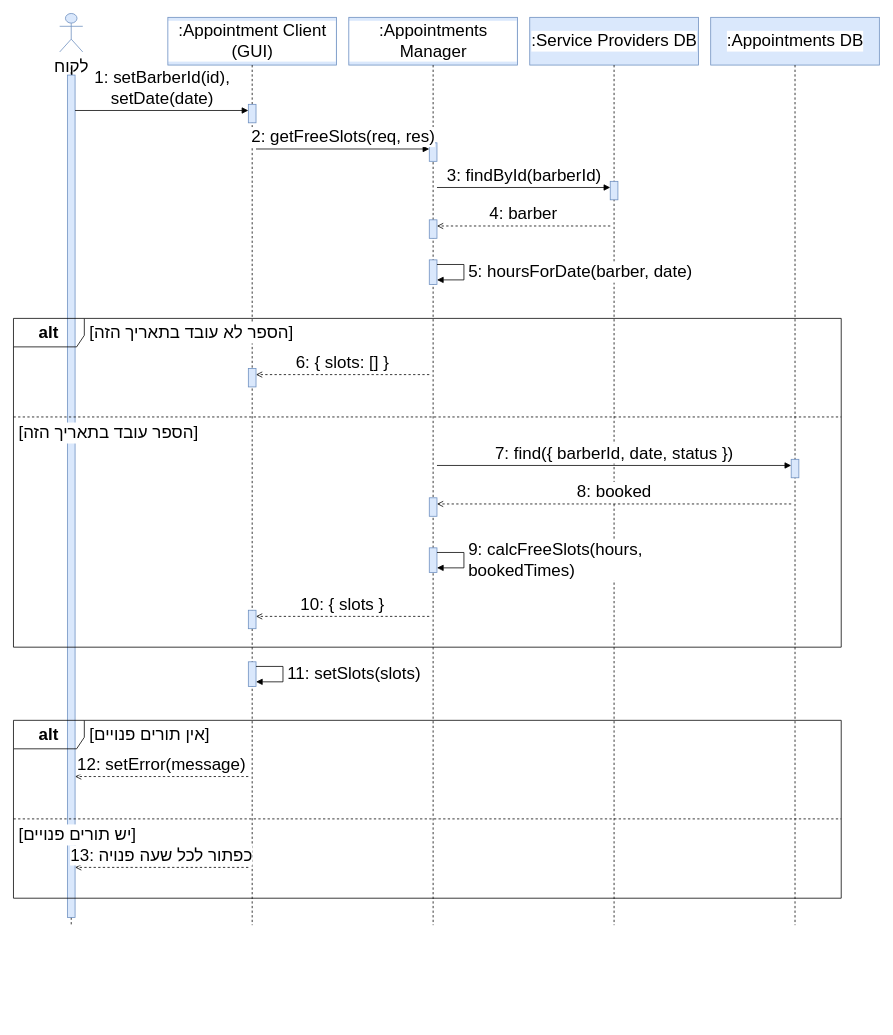
Earlier version of the draw.io diagram diagrams/OBJ-BookAppointment-1.drawio (arielkaplan20/project_Golden_Hair_Salon). Source tidied: cells renumbered, new cells numbered last; positions are measured from the earlier drawing's top-left corner, leaving out a move shared by most shapes. Both pictures are drawn from the tidied source at 77%, with x=0, y=0 at pixel (13, 13).
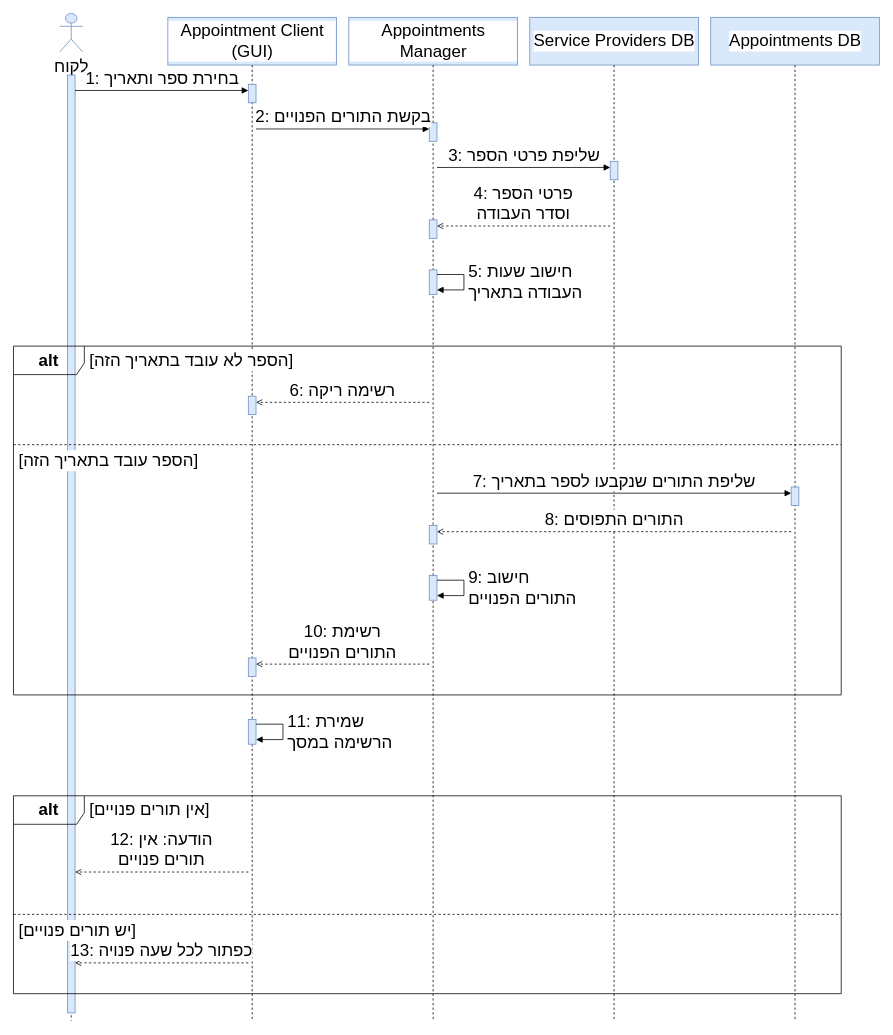
Above is the later version.

What changed in the source:
```diff
@@
-    <mxCell id="3" value=":Appointment Client (GUI)" style="rounded=0;whiteSpace=wrap;html=1;fillColor=#dae8fc;strokeColor=#6c8ebf;fontSize=22;labelBackgroundColor=#ffffff;" parent="1" vertex="1">
+    <mxCell id="3" value="Appointment Client (GUI)" style="rounded=0;whiteSpace=wrap;html=1;fillColor=#dae8fc;strokeColor=#6c8ebf;fontSize=22;labelBackgroundColor=#ffffff;" parent="1" vertex="1">
       <mxGeometry x="200.5" y="5" width="219" height="62" as="geometry" />
     </mxCell>
-    <mxCell id="4" value=":Appointments Manager" style="rounded=0;whiteSpace=wrap;html=1;fillColor=#dae8fc;strokeColor=#6c8ebf;fontSize=22;labelBackgroundColor=#ffffff;" parent="1" vertex="1">
+    <mxCell id="4" value="Appointments Manager" style="rounded=0;whiteSpace=wrap;html=1;fillColor=#dae8fc;strokeColor=#6c8ebf;fontSize=22;labelBackgroundColor=#ffffff;" parent="1" vertex="1">
       <mxGeometry x="435.5" y="5" width="219" height="62" as="geometry" />
     </mxCell>
-    <mxCell id="5" value=":Service Providers DB" style="rounded=0;whiteSpace=wrap;html=1;fillColor=#dae8fc;strokeColor=#6c8ebf;fontSize=22;labelBackgroundColor=#ffffff;" parent="1" vertex="1">
+    <mxCell id="5" value="Service Providers DB" style="rounded=0;whiteSpace=wrap;html=1;fillColor=#dae8fc;strokeColor=#6c8ebf;fontSize=22;labelBackgroundColor=#ffffff;" parent="1" vertex="1">
       <mxGeometry x="670.5" y="5" width="219" height="62" as="geometry" />
     </mxCell>
-    <mxCell id="6" value=":Appointments DB" style="rounded=0;whiteSpace=wrap;html=1;fillColor=#dae8fc;strokeColor=#6c8ebf;fontSize=22;labelBackgroundColor=#ffffff;" parent="1" vertex="1">
+    <mxCell id="6" value="Appointments DB" style="rounded=0;whiteSpace=wrap;html=1;fillColor=#dae8fc;strokeColor=#6c8ebf;fontSize=22;labelBackgroundColor=#ffffff;" parent="1" vertex="1">
       <mxGeometry x="905.5" y="5" width="219" height="62" as="geometry" />
     </mxCell>
     <mxCell id="7" style="endArrow=none;html=1;dashed=1;strokeColor=#000000;" parent="1" edge="1">
       <mxGeometry relative="1" as="geometry">
-        <mxPoint x="75" y="70" as="sourcePoint" />
-        <mxPoint x="75" y="1184" as="targetPoint" />
+        <mxPoint x="75" y="83" as="sourcePoint" />
+        <mxPoint x="75" y="1308" as="targetPoint" />
       </mxGeometry>
     </mxCell>
     <mxCell id="8" style="rounded=0;html=1;fillColor=#dae8fc;strokeColor=#6c8ebf;" parent="1" vertex="1">
-      <mxGeometry x="70" y="80" width="10" height="1094" as="geometry" />
+      <mxGeometry x="70" y="80" width="10" height="1218" as="geometry" />
     </mxCell>
     <mxCell id="9" style="endArrow=none;html=1;dashed=1;strokeColor=#000000;" parent="1" edge="1">
       <mxGeometry relative="1" as="geometry">
         <mxPoint x="310" y="67" as="sourcePoint" />
-        <mxPoint x="310" y="1184" as="targetPoint" />
+        <mxPoint x="310" y="1308" as="targetPoint" />
       </mxGeometry>
     </mxCell>
     <mxCell id="10" style="endArrow=none;html=1;dashed=1;strokeColor=#000000;" parent="1" edge="1">
       <mxGeometry relative="1" as="geometry">
         <mxPoint x="545" y="67" as="sourcePoint" />
-        <mxPoint x="545" y="1184" as="targetPoint" />
+        <mxPoint x="545" y="1308" as="targetPoint" />
       </mxGeometry>
     </mxCell>
     <mxCell id="11" style="endArrow=none;html=1;dashed=1;strokeColor=#000000;" parent="1" edge="1">
       <mxGeometry relative="1" as="geometry">
         <mxPoint x="780" y="67" as="sourcePoint" />
-        <mxPoint x="780" y="1184" as="targetPoint" />
+        <mxPoint x="780" y="1308" as="targetPoint" />
       </mxGeometry>
     </mxCell>
     <mxCell id="12" style="endArrow=none;html=1;dashed=1;strokeColor=#000000;" parent="1" edge="1">
       <mxGeometry relative="1" as="geometry">
         <mxPoint x="1015" y="67" as="sourcePoint" />
-        <mxPoint x="1015" y="1184" as="targetPoint" />
+        <mxPoint x="1015" y="1308" as="targetPoint" />
       </mxGeometry>
     </mxCell>
     <mxCell id="13" style="rounded=0;html=1;fillColor=#dae8fc;strokeColor=#6c8ebf;" parent="1" vertex="1">
-      <mxGeometry x="305" y="118" width="10" height="24" as="geometry" />
+      <mxGeometry x="305" y="92" width="10" height="24" as="geometry" />
     </mxCell>
     <mxCell id="14" style="rounded=0;html=1;fillColor=#dae8fc;strokeColor=#6c8ebf;" parent="1" vertex="1">
-      <mxGeometry x="540" y="168" width="10" height="24" as="geometry" />
+      <mxGeometry x="540" y="142" width="10" height="24" as="geometry" />
     </mxCell>
     <mxCell id="15" style="rounded=0;html=1;fillColor=#dae8fc;strokeColor=#6c8ebf;" parent="1" vertex="1">
-      <mxGeometry x="775" y="218" width="10" height="24" as="geometry" />
+      <mxGeometry x="775" y="192" width="10" height="24" as="geometry" />
     </mxCell>
@@
     <mxCell id="17" style="rounded=0;html=1;fillColor=#dae8fc;strokeColor=#6c8ebf;" parent="1" vertex="1">
-      <mxGeometry x="540" y="320" width="10" height="32" as="geometry" />
+      <mxGeometry x="540" y="333" width="10" height="32" as="geometry" />
     </mxCell>
     <mxCell id="18" style="rounded=0;html=1;fillColor=#dae8fc;strokeColor=#6c8ebf;" parent="1" vertex="1">
-      <mxGeometry x="305" y="461" width="10" height="24" as="geometry" />
+      <mxGeometry x="305" y="497" width="10" height="24" as="geometry" />
     </mxCell>
     <mxCell id="19" style="rounded=0;html=1;fillColor=#dae8fc;strokeColor=#6c8ebf;" parent="1" vertex="1">
-      <mxGeometry x="1010" y="579" width="10" height="24" as="geometry" />
+      <mxGeometry x="1010" y="615" width="10" height="24" as="geometry" />
     </mxCell>
     <mxCell id="20" style="rounded=0;html=1;fillColor=#dae8fc;strokeColor=#6c8ebf;" parent="1" vertex="1">
-      <mxGeometry x="540" y="629" width="10" height="24" as="geometry" />
+      <mxGeometry x="540" y="665" width="10" height="24" as="geometry" />
     </mxCell>
     <mxCell id="21" style="rounded=0;html=1;fillColor=#dae8fc;strokeColor=#6c8ebf;" parent="1" vertex="1">
-      <mxGeometry x="540" y="694" width="10" height="32" as="geometry" />
+      <mxGeometry x="540" y="730" width="10" height="32" as="geometry" />
     </mxCell>
     <mxCell id="22" style="rounded=0;html=1;fillColor=#dae8fc;strokeColor=#6c8ebf;" parent="1" vertex="1">
-      <mxGeometry x="305" y="775" width="10" height="24" as="geometry" />
+      <mxGeometry x="305" y="837" width="10" height="24" as="geometry" />
     </mxCell>
     <mxCell id="23" style="rounded=0;html=1;fillColor=#dae8fc;strokeColor=#6c8ebf;" parent="1" vertex="1">
-      <mxGeometry x="305" y="842" width="10" height="32" as="geometry" />
+      <mxGeometry x="305" y="917" width="10" height="32" as="geometry" />
     </mxCell>
     <mxCell id="24" value="&lt;b&gt;alt&lt;/b&gt;" style="shape=umlFrame;whiteSpace=wrap;html=1;width=92;height=37;fillColor=none;fontSize=22;labelBackgroundColor=#ffffff;" parent="1" vertex="1">
-      <mxGeometry y="396" width="1075" height="427" as="geometry" />
+      <mxGeometry y="432" width="1075" height="453" as="geometry" />
     </mxCell>
     <mxCell id="25" value="&lt;span style='background:#ffffff'&gt;[הספר לא עובד בתאריך הזה]&lt;/span&gt;" style="text;html=1;align=left;verticalAlign=middle;whiteSpace=nowrap;fillColor=none;strokeColor=none;fontSize=22;labelBackgroundColor=#ffffff;" parent="1" vertex="1">
-      <mxGeometry x="97" y="396" width="400" height="37" as="geometry" />
+      <mxGeometry x="97" y="432" width="400" height="37" as="geometry" />
     </mxCell>
     <mxCell id="26" style="endArrow=none;html=1;dashed=1;" parent="1" edge="1">
       <mxGeometry relative="1" as="geometry">
-        <mxPoint y="524" as="sourcePoint" />
-        <mxPoint x="1075" y="524" as="targetPoint" />
+        <mxPoint y="560" as="sourcePoint" />
+        <mxPoint x="1075" y="560" as="targetPoint" />
       </mxGeometry>
     </mxCell>
     <mxCell id="27" value="&lt;span style='background:#ffffff'&gt;[הספר עובד בתאריך הזה]&lt;/span&gt;" style="text;html=1;align=left;verticalAlign=middle;whiteSpace=nowrap;fillColor=none;strokeColor=none;fontSize=22;labelBackgroundColor=#ffffff;" parent="1" vertex="1">
-      <mxGeometry x="5" y="526" width="400" height="37" as="geometry" />
+      <mxGeometry x="5" y="562" width="400" height="37" as="geometry" />
     </mxCell>
     <mxCell id="28" value="&lt;b&gt;alt&lt;/b&gt;" style="shape=umlFrame;whiteSpace=wrap;html=1;width=92;height=37;fillColor=none;fontSize=22;labelBackgroundColor=#ffffff;" parent="1" vertex="1">
-      <mxGeometry y="918" width="1075" height="231" as="geometry" />
+      <mxGeometry y="1016" width="1075" height="257" as="geometry" />
     </mxCell>
     <mxCell id="29" value="&lt;span style='background:#ffffff'&gt;[אין תורים פנויים]&lt;/span&gt;" style="text;html=1;align=left;verticalAlign=middle;whiteSpace=nowrap;fillColor=none;strokeColor=none;fontSize=22;labelBackgroundColor=#ffffff;" parent="1" vertex="1">
-      <mxGeometry x="97" y="918" width="400" height="37" as="geometry" />
+      <mxGeometry x="97" y="1016" width="400" height="37" as="geometry" />
     </mxCell>
     <mxCell id="30" style="endArrow=none;html=1;dashed=1;" parent="1" edge="1">
       <mxGeometry relative="1" as="geometry">
-        <mxPoint y="1046" as="sourcePoint" />
-        <mxPoint x="1075" y="1046" as="targetPoint" />
+        <mxPoint y="1170" as="sourcePoint" />
+        <mxPoint x="1075" y="1170" as="targetPoint" />
       </mxGeometry>
     </mxCell>
     <mxCell id="31" value="&lt;span style='background:#ffffff'&gt;[יש תורים פנויים]&lt;/span&gt;" style="text;html=1;align=left;verticalAlign=middle;whiteSpace=nowrap;fillColor=none;strokeColor=none;fontSize=22;labelBackgroundColor=#ffffff;" parent="1" vertex="1">
-      <mxGeometry x="5" y="1048" width="400" height="37" as="geometry" />
+      <mxGeometry x="5" y="1172" width="400" height="37" as="geometry" />
     </mxCell>
-    <mxCell id="32" value="1: setBarberId(id),&lt;br&gt;setDate(date)" style="endArrow=block;endFill=1;html=1;rounded=0;verticalAlign=bottom;labelBackgroundColor=none;fontSize=22;labelBackgroundColor=#ffffff;" parent="1" edge="1">
+    <mxCell id="32" value="1: בחירת ספר ותאריך" style="endArrow=block;endFill=1;html=1;rounded=0;verticalAlign=bottom;labelBackgroundColor=none;fontSize=22;labelBackgroundColor=#ffffff;" parent="1" edge="1">
       <mxGeometry relative="1" as="geometry">
-        <mxPoint x="80" y="126" as="sourcePoint" />
-        <mxPoint x="305" y="126" as="targetPoint" />
+        <mxPoint x="80" y="100" as="sourcePoint" />
+        <mxPoint x="305" y="100" as="targetPoint" />
       </mxGeometry>
     </mxCell>
-    <mxCell id="33" value="2: getFreeSlots(req, res)" style="endArrow=block;endFill=1;html=1;rounded=0;verticalAlign=bottom;labelBackgroundColor=none;fontSize=22;labelBackgroundColor=#ffffff;" parent="1" edge="1">
+    <mxCell id="33" value="2: בקשת התורים הפנויים" style="endArrow=block;endFill=1;html=1;rounded=0;verticalAlign=bottom;labelBackgroundColor=none;fontSize=22;labelBackgroundColor=#ffffff;" parent="1" edge="1">
       <mxGeometry relative="1" as="geometry">
-        <mxPoint x="315" y="176" as="sourcePoint" />
-        <mxPoint x="540" y="176" as="targetPoint" />
+        <mxPoint x="315" y="150" as="sourcePoint" />
+        <mxPoint x="540" y="150" as="targetPoint" />
       </mxGeometry>
     </mxCell>
-    <mxCell id="34" value="3: findById(barberId)" style="endArrow=block;endFill=1;html=1;rounded=0;verticalAlign=bottom;labelBackgroundColor=none;fontSize=22;labelBackgroundColor=#ffffff;" parent="1" edge="1">
+    <mxCell id="34" value="3: שליפת פרטי הספר" style="endArrow=block;endFill=1;html=1;rounded=0;verticalAlign=bottom;labelBackgroundColor=none;fontSize=22;labelBackgroundColor=#ffffff;" parent="1" edge="1">
       <mxGeometry relative="1" as="geometry">
-        <mxPoint x="550" y="226" as="sourcePoint" />
-        <mxPoint x="775" y="226" as="targetPoint" />
+        <mxPoint x="550" y="200" as="sourcePoint" />
+        <mxPoint x="775" y="200" as="targetPoint" />
       </mxGeometry>
     </mxCell>
-    <mxCell id="35" value="4: barber" style="endArrow=open;endFill=0;html=1;rounded=0;dashed=1;verticalAlign=bottom;labelBackgroundColor=none;fontSize=22;labelBackgroundColor=#ffffff;" parent="1" edge="1">
+    <mxCell id="35" value="4: פרטי הספר&lt;br&gt;וסדר העבודה" style="endArrow=open;endFill=0;html=1;rounded=0;dashed=1;verticalAlign=bottom;labelBackgroundColor=none;fontSize=22;labelBackgroundColor=#ffffff;" parent="1" edge="1">
       <mxGeometry relative="1" as="geometry">
         <mxPoint x="775" y="276" as="sourcePoint" />
         <mxPoint x="550" y="276" as="targetPoint" />
       </mxGeometry>
     </mxCell>
-    <mxCell id="36" value="5: hoursForDate(barber, date)" style="endArrow=block;endFill=1;html=1;rounded=0;align=left;spacingLeft=4;labelBackgroundColor=none;fontSize=22;labelBackgroundColor=#ffffff;" parent="1" edge="1">
+    <mxCell id="36" value="5: חישוב שעות&lt;br&gt;העבודה בתאריך" style="endArrow=block;endFill=1;html=1;rounded=0;align=left;spacingLeft=4;labelBackgroundColor=none;fontSize=22;labelBackgroundColor=#ffffff;" parent="1" edge="1">
       <mxGeometry relative="1" as="geometry">
-        <mxPoint x="550" y="326" as="sourcePoint" />
-        <mxPoint x="550" y="346" as="targetPoint" />
+        <mxPoint x="550" y="339" as="sourcePoint" />
+        <mxPoint x="550" y="359" as="targetPoint" />
         <Array as="points">
-          <mxPoint x="585" y="326" />
-          <mxPoint x="585" y="346" />
+          <mxPoint x="585" y="339" />
+          <mxPoint x="585" y="359" />
         </Array>
       </mxGeometry>
     </mxCell>
-    <mxCell id="37" value="6: { slots: [] }" style="endArrow=open;endFill=0;html=1;rounded=0;dashed=1;verticalAlign=bottom;labelBackgroundColor=none;fontSize=22;labelBackgroundColor=#ffffff;" parent="1" edge="1">
+    <mxCell id="37" value="6: רשימה ריקה" style="endArrow=open;endFill=0;html=1;rounded=0;dashed=1;verticalAlign=bottom;labelBackgroundColor=none;fontSize=22;labelBackgroundColor=#ffffff;" parent="1" edge="1">
       <mxGeometry relative="1" as="geometry">
-        <mxPoint x="540" y="469" as="sourcePoint" />
-        <mxPoint x="315" y="469" as="targetPoint" />
+        <mxPoint x="540" y="505" as="sourcePoint" />
+        <mxPoint x="315" y="505" as="targetPoint" />
       </mxGeometry>
     </mxCell>
-    <mxCell id="38" value="7: find({ barberId, date, status })" style="endArrow=block;endFill=1;html=1;rounded=0;verticalAlign=bottom;labelBackgroundColor=none;fontSize=22;labelBackgroundColor=#ffffff;" parent="1" edge="1">
+    <mxCell id="38" value="7: שליפת התורים שנקבעו לספר בתאריך" style="endArrow=block;endFill=1;html=1;rounded=0;verticalAlign=bottom;labelBackgroundColor=none;fontSize=22;labelBackgroundColor=#ffffff;" parent="1" edge="1">
       <mxGeometry relative="1" as="geometry">
-        <mxPoint x="550" y="587" as="sourcePoint" />
-        <mxPoint x="1010" y="587" as="targetPoint" />
+        <mxPoint x="550" y="623" as="sourcePoint" />
+        <mxPoint x="1010" y="623" as="targetPoint" />
       </mxGeometry>
     </mxCell>
-    <mxCell id="39" value="8: booked" style="endArrow=open;endFill=0;html=1;rounded=0;dashed=1;verticalAlign=bottom;labelBackgroundColor=none;fontSize=22;labelBackgroundColor=#ffffff;" parent="1" edge="1">
+    <mxCell id="39" value="8: התורים התפוסים" style="endArrow=open;endFill=0;html=1;rounded=0;dashed=1;verticalAlign=bottom;labelBackgroundColor=none;fontSize=22;labelBackgroundColor=#ffffff;" parent="1" edge="1">
       <mxGeometry relative="1" as="geometry">
-        <mxPoint x="1010" y="637" as="sourcePoint" />
-        <mxPoint x="550" y="637" as="targetPoint" />
+        <mxPoint x="1010" y="673" as="sourcePoint" />
+        <mxPoint x="550" y="673" as="targetPoint" />
       </mxGeometry>
     </mxCell>
-    <mxCell id="40" value="9: calcFreeSlots(hours,&lt;br&gt;bookedTimes)" style="endArrow=block;endFill=1;html=1;rounded=0;align=left;spacingLeft=4;labelBackgroundColor=none;fontSize=22;labelBackgroundColor=#ffffff;" parent="1" edge="1">
+    <mxCell id="40" value="9: חישוב&lt;br&gt;התורים הפנויים" style="endArrow=block;endFill=1;html=1;rounded=0;align=left;spacingLeft=4;labelBackgroundColor=none;fontSize=22;labelBackgroundColor=#ffffff;" parent="1" edge="1">
       <mxGeometry relative="1" as="geometry">
-        <mxPoint x="550" y="700" as="sourcePoint" />
-        <mxPoint x="550" y="720" as="targetPoint" />
+        <mxPoint x="550" y="736" as="sourcePoint" />
+        <mxPoint x="550" y="756" as="targetPoint" />
         <Array as="points">
-          <mxPoint x="585" y="700" />
-          <mxPoint x="585" y="720" />
+          <mxPoint x="585" y="736" />
+          <mxPoint x="585" y="756" />
         </Array>
       </mxGeometry>
     </mxCell>
-    <mxCell id="41" value="10: { slots }" style="endArrow=open;endFill=0;html=1;rounded=0;dashed=1;verticalAlign=bottom;labelBackgroundColor=none;fontSize=22;labelBackgroundColor=#ffffff;" parent="1" edge="1">
+    <mxCell id="41" value="10: רשימת&lt;br&gt;התורים הפנויים" style="endArrow=open;endFill=0;html=1;rounded=0;dashed=1;verticalAlign=bottom;labelBackgroundColor=none;fontSize=22;labelBackgroundColor=#ffffff;" parent="1" edge="1">
       <mxGeometry relative="1" as="geometry">
-        <mxPoint x="540" y="783" as="sourcePoint" />
-        <mxPoint x="315" y="783" as="targetPoint" />
+        <mxPoint x="540" y="845" as="sourcePoint" />
+        <mxPoint x="315" y="845" as="targetPoint" />
       </mxGeometry>
     </mxCell>
-    <mxCell id="42" value="11: setSlots(slots)" style="endArrow=block;endFill=1;html=1;rounded=0;align=left;spacingLeft=4;labelBackgroundColor=none;fontSize=22;labelBackgroundColor=#ffffff;" parent="1" edge="1">
+    <mxCell id="42" value="11: שמירת&lt;br&gt;הרשימה במסך" style="endArrow=block;endFill=1;html=1;rounded=0;align=left;spacingLeft=4;labelBackgroundColor=none;fontSize=22;labelBackgroundColor=#ffffff;" parent="1" edge="1">
       <mxGeometry relative="1" as="geometry">
-        <mxPoint x="315" y="848" as="sourcePoint" />
-        <mxPoint x="315" y="868" as="targetPoint" />
+        <mxPoint x="315" y="923" as="sourcePoint" />
+        <mxPoint x="315" y="943" as="targetPoint" />
         <Array as="points">
-          <mxPoint x="350" y="848" />
-          <mxPoint x="350" y="868" />
+          <mxPoint x="350" y="923" />
+          <mxPoint x="350" y="943" />
         </Array>
       </mxGeometry>
     </mxCell>
-    <mxCell id="43" value="12: setError(message)" style="endArrow=open;endFill=0;html=1;rounded=0;dashed=1;verticalAlign=bottom;labelBackgroundColor=none;fontSize=22;labelBackgroundColor=#ffffff;" parent="1" edge="1">
+    <mxCell id="43" value="12: הודעה: אין&lt;br&gt;תורים פנויים" style="endArrow=open;endFill=0;html=1;rounded=0;dashed=1;verticalAlign=bottom;labelBackgroundColor=none;fontSize=22;labelBackgroundColor=#ffffff;" parent="1" edge="1">
       <mxGeometry relative="1" as="geometry">
-        <mxPoint x="305" y="991" as="sourcePoint" />
-        <mxPoint x="80" y="991" as="targetPoint" />
+        <mxPoint x="305" y="1115" as="sourcePoint" />
+        <mxPoint x="80" y="1115" as="targetPoint" />
       </mxGeometry>
     </mxCell>
     <mxCell id="44" value="13: כפתור לכל שעה פנויה" style="endArrow=open;endFill=0;html=1;rounded=0;dashed=1;verticalAlign=bottom;labelBackgroundColor=none;fontSize=22;labelBackgroundColor=#ffffff;" parent="1" edge="1">
       <mxGeometry relative="1" as="geometry">
-        <mxPoint x="305" y="1109" as="sourcePoint" />
-        <mxPoint x="80" y="1109" as="targetPoint" />
+        <mxPoint x="305" y="1233" as="sourcePoint" />
+        <mxPoint x="80" y="1233" as="targetPoint" />
       </mxGeometry>
     </mxCell>
```
